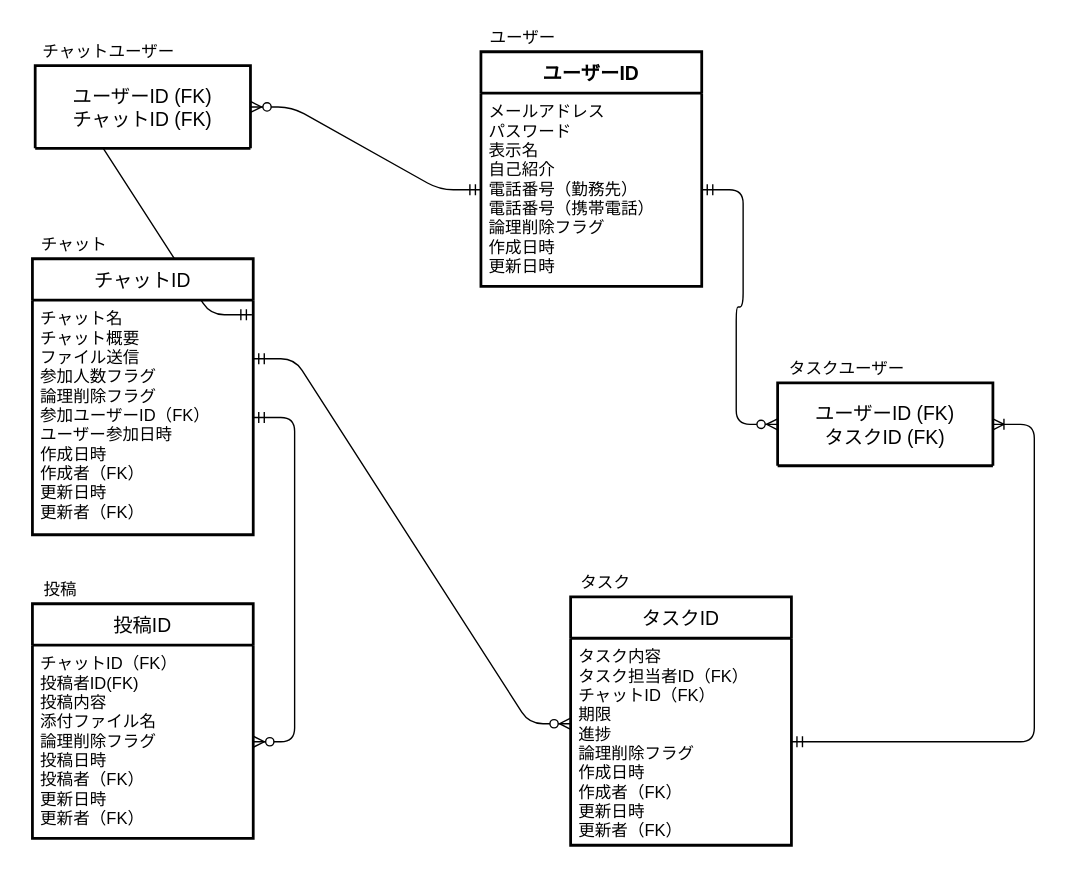
The draw.io diagram db/db-challenge1/db-challenge1.drawio in labotinc/quelcode-db, before the edit. Source tidied: cells renumbered, new cells numbered last; positions are measured from the earlier drawing's top-left corner, leaving out a move shared by most shapes. Both pictures are drawn from the tidied source at 138%, with x=0, y=0 at pixel (32, 23).
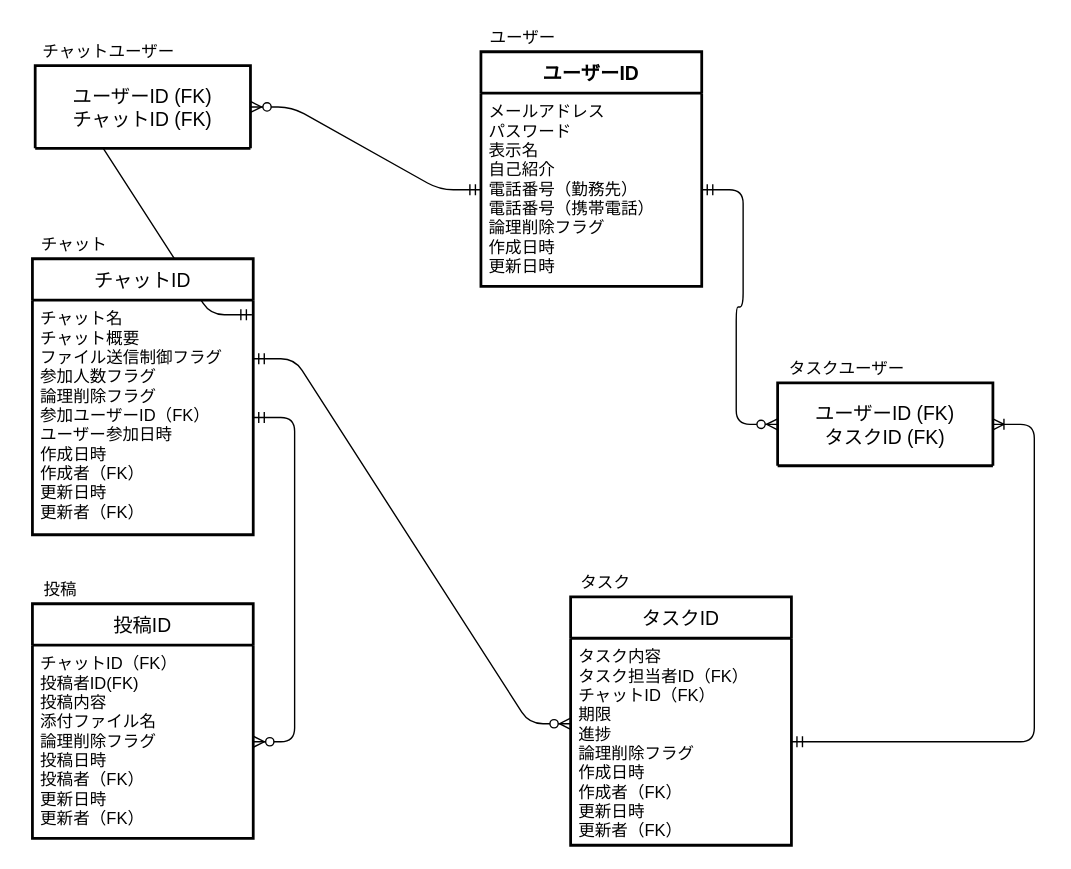
The same page after the edit.

Commit message:
ファイル送信制御フラグの追加

Unchanged cells that the change refers to:
```xml
<mxCell id="4" value="チャットID" style="swimlane;horizontal=1;startSize=30;rounded=1;fontSize=14;fontStyle=0;strokeWidth=2;shadow=0;dashed=0;align=center;arcSize=0;" parent="1" vertex="1">
  <mxGeometry y="170" width="160" height="200" as="geometry" />
</mxCell>
```

The edit, as a diff of the source:
```diff
@@
-    <mxCell id="5" value="チャット名&#10;チャット概要&#10;ファイル送信&#10;参加人数フラグ&#10;論理削除フラグ&#10;参加ユーザーID（FK）&#10;ユーザー参加日時&#10;作成日時&#10;作成者（FK）&#10;更新日時&#10;更新者（FK）" style="align=left;strokeColor=none;fillColor=none;spacingLeft=4;fontSize=12;verticalAlign=top;" parent="4" vertex="1">
+    <mxCell id="5" value="チャット名&#10;チャット概要&#10;ファイル送信制御フラグ&#10;参加人数フラグ&#10;論理削除フラグ&#10;参加ユーザーID（FK）&#10;ユーザー参加日時&#10;作成日時&#10;作成者（FK）&#10;更新日時&#10;更新者（FK）" style="align=left;strokeColor=none;fillColor=none;spacingLeft=4;fontSize=12;verticalAlign=top;" parent="4" vertex="1">
       <mxGeometry y="30" width="160" height="170" as="geometry" />
     </mxCell>
```
